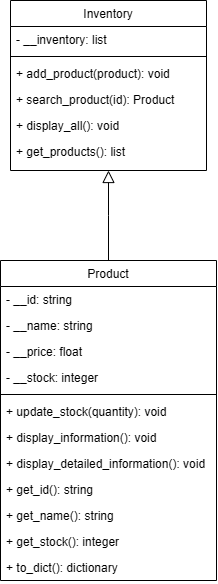
Above: Lab 6/Lab6_UML.png in RuiHan-SIT/INF1103-Labs (draw.io), before the change. Source tidied: cells renumbered, new cells last; positions are measured from the earlier drawing's top-left corner, leaving out a move shared by most shapes.
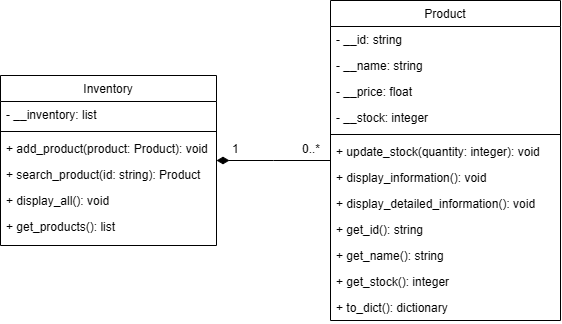
The same diagram one commit later.

Commit message:
Created DigitalProduct and PhysicalProduct child class, CanBeShipped interface, and edited add_product_menu(inventory) accordingly.

What changed in the source:
```diff
@@ -3,67 +3,73 @@
     <mxCell id="0" />
     <mxCell id="1" parent="0" />
     <mxCell id="2" value="Inventory" style="swimlane;fontStyle=0;align=center;verticalAlign=top;horizontal=1;startSize=26;rounded=0;shadow=0;strokeWidth=1;" parent="1" vertex="1">
-      <mxGeometry x="10" width="196" height="170" as="geometry" />
+      <mxGeometry x="-236" y="190" width="216" height="170" as="geometry" />
     </mxCell>
     <mxCell id="3" value="- __inventory: list" style="text;align=left;verticalAlign=top;spacingLeft=4;spacingRight=4;overflow=hidden;" parent="2" vertex="1">
-      <mxGeometry y="26" width="196" height="26" as="geometry" />
+      <mxGeometry y="26" width="216" height="26" as="geometry" />
     </mxCell>
     <mxCell id="4" style="line;html=1;strokeWidth=1;align=left;verticalAlign=middle;spacingTop=-1;spacingLeft=3;spacingRight=3;labelPosition=right;" parent="2" vertex="1">
-      <mxGeometry y="52" width="196" height="8" as="geometry" />
+      <mxGeometry y="52" width="216" height="8" as="geometry" />
     </mxCell>
-    <mxCell id="5" value="+ add_product(product): void" style="text;align=left;verticalAlign=top;spacingLeft=4;spacingRight=4;overflow=hidden;" parent="2" vertex="1">
-      <mxGeometry y="60" width="196" height="26" as="geometry" />
+    <mxCell id="5" value="+ add_product(product: Product): void" style="text;align=left;verticalAlign=top;spacingLeft=4;spacingRight=4;overflow=hidden;" parent="2" vertex="1">
+      <mxGeometry y="60" width="216" height="26" as="geometry" />
     </mxCell>
-    <mxCell id="6" value="+ search_product(id): Product" style="text;align=left;verticalAlign=top;spacingLeft=4;spacingRight=4;overflow=hidden;" parent="2" vertex="1">
-      <mxGeometry y="86" width="196" height="26" as="geometry" />
+    <mxCell id="6" value="+ search_product(id: string): Product" style="text;align=left;verticalAlign=top;spacingLeft=4;spacingRight=4;overflow=hidden;" parent="2" vertex="1">
+      <mxGeometry y="86" width="216" height="26" as="geometry" />
     </mxCell>
     <mxCell id="7" value="+ display_all(): void" style="text;align=left;verticalAlign=top;spacingLeft=4;spacingRight=4;overflow=hidden;" parent="2" vertex="1">
-      <mxGeometry y="112" width="196" height="26" as="geometry" />
+      <mxGeometry y="112" width="216" height="26" as="geometry" />
     </mxCell>
     <mxCell id="8" value="+ get_products(): list" style="text;align=left;verticalAlign=top;spacingLeft=4;spacingRight=4;overflow=hidden;" parent="2" vertex="1">
-      <mxGeometry y="138" width="196" height="26" as="geometry" />
+      <mxGeometry y="138" width="216" height="26" as="geometry" />
     </mxCell>
     <mxCell id="9" value="Product" style="swimlane;fontStyle=0;align=center;verticalAlign=top;horizontal=1;startSize=26;rounded=0;shadow=0;strokeWidth=1;" parent="1" vertex="1">
-      <mxGeometry y="260" width="216" height="320" as="geometry" />
+      <mxGeometry x="94" y="115" width="230" height="320" as="geometry" />
     </mxCell>
     <mxCell id="10" value="- __id: string" style="text;align=left;verticalAlign=top;spacingLeft=4;spacingRight=4;overflow=hidden;" parent="9" vertex="1">
-      <mxGeometry y="26" width="216" height="26" as="geometry" />
+      <mxGeometry y="26" width="230" height="26" as="geometry" />
     </mxCell>
     <mxCell id="11" value="- __name: string" style="text;align=left;verticalAlign=top;spacingLeft=4;spacingRight=4;overflow=hidden;rounded=0;shadow=0;html=0;" parent="9" vertex="1">
-      <mxGeometry y="52" width="216" height="26" as="geometry" />
+      <mxGeometry y="52" width="230" height="26" as="geometry" />
     </mxCell>
     <mxCell id="12" value="- __price: float" style="text;align=left;verticalAlign=top;spacingLeft=4;spacingRight=4;overflow=hidden;rounded=0;shadow=0;html=0;" parent="9" vertex="1">
-      <mxGeometry y="78" width="216" height="26" as="geometry" />
+      <mxGeometry y="78" width="230" height="26" as="geometry" />
     </mxCell>
     <mxCell id="13" value="- __stock: integer" style="text;align=left;verticalAlign=top;spacingLeft=4;spacingRight=4;overflow=hidden;rounded=0;shadow=0;html=0;" parent="9" vertex="1">
-      <mxGeometry y="104" width="216" height="26" as="geometry" />
+      <mxGeometry y="104" width="230" height="26" as="geometry" />
     </mxCell>
     <mxCell id="14" style="line;html=1;strokeWidth=1;align=left;verticalAlign=middle;spacingTop=-1;spacingLeft=3;spacingRight=3;labelPosition=right;" parent="9" vertex="1">
-      <mxGeometry y="130" width="216" height="8" as="geometry" />
+      <mxGeometry y="130" width="230" height="8" as="geometry" />
     </mxCell>
-    <mxCell id="15" value="+ update_stock(quantity): void" style="text;align=left;verticalAlign=top;spacingLeft=4;spacingRight=4;overflow=hidden;" parent="9" vertex="1">
-      <mxGeometry y="138" width="216" height="26" as="geometry" />
+    <mxCell id="15" value="+ update_stock(quantity: integer): void" style="text;align=left;verticalAlign=top;spacingLeft=4;spacingRight=4;overflow=hidden;" parent="9" vertex="1">
+      <mxGeometry y="138" width="230" height="26" as="geometry" />
     </mxCell>
     <mxCell id="16" value="+ display_information(): void" style="text;align=left;verticalAlign=top;spacingLeft=4;spacingRight=4;overflow=hidden;fontStyle=0;" parent="9" vertex="1">
-      <mxGeometry y="164" width="216" height="26" as="geometry" />
+      <mxGeometry y="164" width="230" height="26" as="geometry" />
     </mxCell>
     <mxCell id="17" value="+ display_detailed_information(): void" style="text;align=left;verticalAlign=top;spacingLeft=4;spacingRight=4;overflow=hidden;fontStyle=0;" parent="9" vertex="1">
-      <mxGeometry y="190" width="216" height="26" as="geometry" />
+      <mxGeometry y="190" width="230" height="26" as="geometry" />
     </mxCell>
     <mxCell id="18" value="+ get_id(): string" style="text;align=left;verticalAlign=top;spacingLeft=4;spacingRight=4;overflow=hidden;fontStyle=0;" parent="9" vertex="1">
-      <mxGeometry y="216" width="216" height="26" as="geometry" />
+      <mxGeometry y="216" width="230" height="26" as="geometry" />
     </mxCell>
     <mxCell id="19" value="+ get_name(): string" style="text;align=left;verticalAlign=top;spacingLeft=4;spacingRight=4;overflow=hidden;fontStyle=0;" parent="9" vertex="1">
-      <mxGeometry y="242" width="216" height="26" as="geometry" />
+      <mxGeometry y="242" width="230" height="26" as="geometry" />
     </mxCell>
     <mxCell id="20" value="+ get_stock(): integer" style="text;align=left;verticalAlign=top;spacingLeft=4;spacingRight=4;overflow=hidden;fontStyle=0;" parent="9" vertex="1">
-      <mxGeometry y="268" width="216" height="26" as="geometry" />
+      <mxGeometry y="268" width="230" height="26" as="geometry" />
     </mxCell>
     <mxCell id="21" value="+ to_dict(): dictionary" style="text;align=left;verticalAlign=top;spacingLeft=4;spacingRight=4;overflow=hidden;fontStyle=0;" parent="9" vertex="1">
-      <mxGeometry y="294" width="216" height="26" as="geometry" />
+      <mxGeometry y="294" width="230" height="26" as="geometry" />
     </mxCell>
-    <mxCell id="22" style="endArrow=block;endSize=10;endFill=0;shadow=0;strokeWidth=1;rounded=0;curved=0;edgeStyle=elbowEdgeStyle;elbow=vertical;" parent="1" edge="1" source="9" target="2">
+    <mxCell id="22" style="endArrow=diamondThin;endSize=10;endFill=1;shadow=0;strokeWidth=1;rounded=0;curved=0;edgeStyle=elbowEdgeStyle;elbow=vertical;startArrow=none;startFill=0;" parent="1" edge="1" source="9" target="2">
       <mxGeometry relative="1" as="geometry" />
     </mxCell>
+    <mxCell id="23" value="1" style="text;whiteSpace=wrap;html=1;" parent="1" vertex="1">
+      <mxGeometry x="-6" y="250" width="10" height="20" as="geometry" />
+    </mxCell>
+    <mxCell id="24" value="0..*" style="text;whiteSpace=wrap;html=1;" parent="1" vertex="1">
+      <mxGeometry x="64" y="250" width="20" height="30" as="geometry" />
+    </mxCell>
   </root>
 </mxGraphModel>
```
